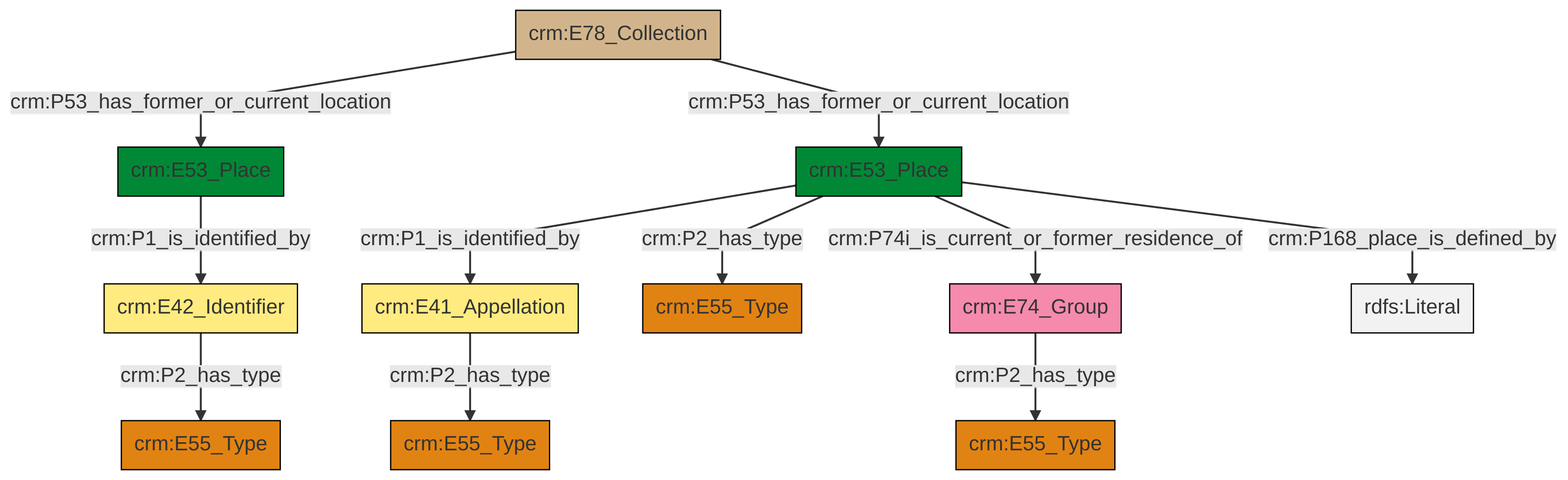
This is et/archivalCSV/ttl/mmd/png/archival_location.png from swiss-art-research-net/docs.swissartresearch, a Mermaid export, as it was before one commit. Its source is kept beside it as et/archivalCSV/ttl/mmd/archival_location.ttl.mmd.
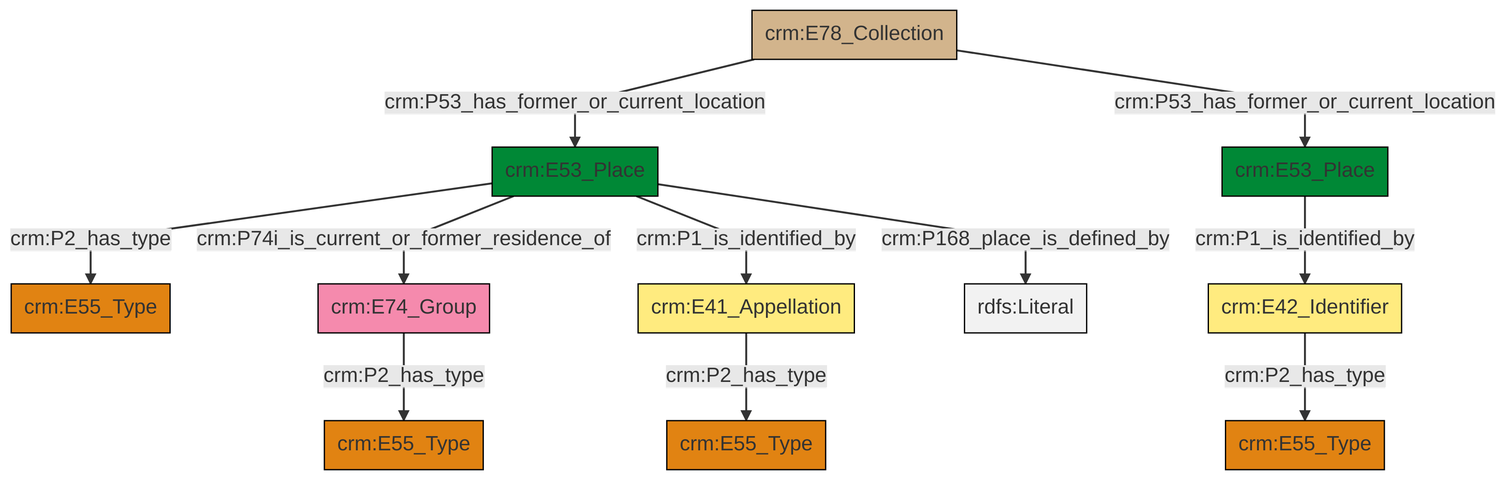
The same diagram one commit later.

Change to the diagram source:
```diff
@@ -13,13 +13,13 @@
 classDef PC_Classes fill:#4ce600, stroke:#000000;
 classDef Multi fill:#cccccc,stroke:#000000;
 
-0["crm:E53_Place"]:::Place -->|crm:P1_is_identified_by| 1["crm:E41_Appellation"]:::Appellation
-2["crm:E53_Place"]:::Place -->|crm:P1_is_identified_by| 3["crm:E42_Identifier"]:::Appellation
-4["crm:E78_Collection"]:::Physical_Thing -->|crm:P53_has_former_or_current_location| 2["crm:E53_Place"]:::Place
-4["crm:E78_Collection"]:::Physical_Thing -->|crm:P53_has_former_or_current_location| 0["crm:E53_Place"]:::Place
-12["crm:E74_Group"]:::Actor -->|crm:P2_has_type| 13["crm:E55_Type"]:::Type
-1["crm:E41_Appellation"]:::Appellation -->|crm:P2_has_type| 14["crm:E55_Type"]:::Type
-0["crm:E53_Place"]:::Place -->|crm:P168_place_is_defined_by| 15[rdfs:Literal]:::Literal
-0["crm:E53_Place"]:::Place -->|crm:P2_has_type| 5["crm:E55_Type"]:::Type
-0["crm:E53_Place"]:::Place -->|crm:P74i_is_current_or_former_residence_of| 12["crm:E74_Group"]:::Actor
-3["crm:E42_Identifier"]:::Appellation -->|crm:P2_has_type| 8["crm:E55_Type"]:::Type
+6["crm:E53_Place"]:::Place -->|crm:P2_has_type| 4["crm:E55_Type"]:::Type
+6["crm:E53_Place"]:::Place -->|crm:P74i_is_current_or_former_residence_of| 2["crm:E74_Group"]:::Actor
+18["crm:E42_Identifier"]:::Appellation -->|crm:P2_has_type| 8["crm:E55_Type"]:::Type
+6["crm:E53_Place"]:::Place -->|crm:P1_is_identified_by| 19["crm:E41_Appellation"]:::Appellation
+11["crm:E78_Collection"]:::Physical_Thing -->|crm:P53_has_former_or_current_location| 6["crm:E53_Place"]:::Place
+19["crm:E41_Appellation"]:::Appellation -->|crm:P2_has_type| 16["crm:E55_Type"]:::Type
+0["crm:E53_Place"]:::Place -->|crm:P1_is_identified_by| 18["crm:E42_Identifier"]:::Appellation
+6["crm:E53_Place"]:::Place -->|crm:P168_place_is_defined_by| 23[rdfs:Literal]:::Literal
+2["crm:E74_Group"]:::Actor -->|crm:P2_has_type| 13["crm:E55_Type"]:::Type
+11["crm:E78_Collection"]:::Physical_Thing -->|crm:P53_has_former_or_current_location| 0["crm:E53_Place"]:::Place
```
